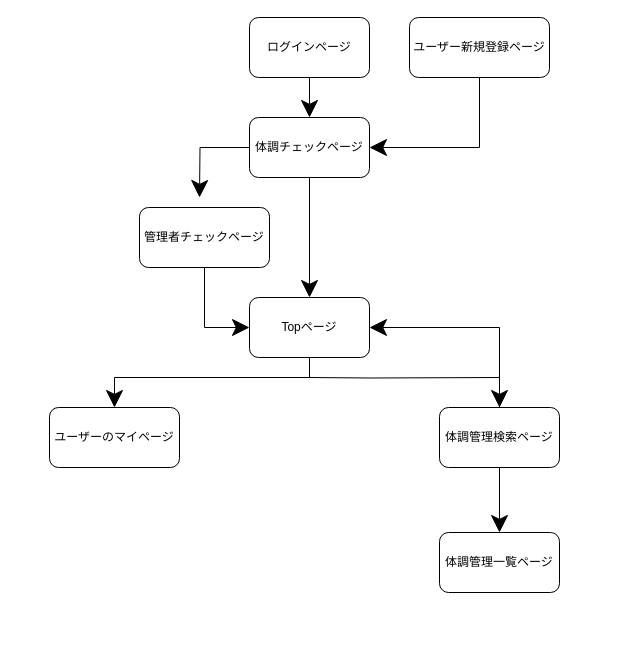
Before: screen_transition_diagram.dio in airi32490/health-check, a draw.io diagram. Source tidied: cells renumbered, new cells numbered last; positions are measured from the earlier drawing's top-left corner, leaving out a move shared by most shapes. Both pictures are drawn from the tidied source at 100%, with x=0, y=0 at pixel (49, 17).
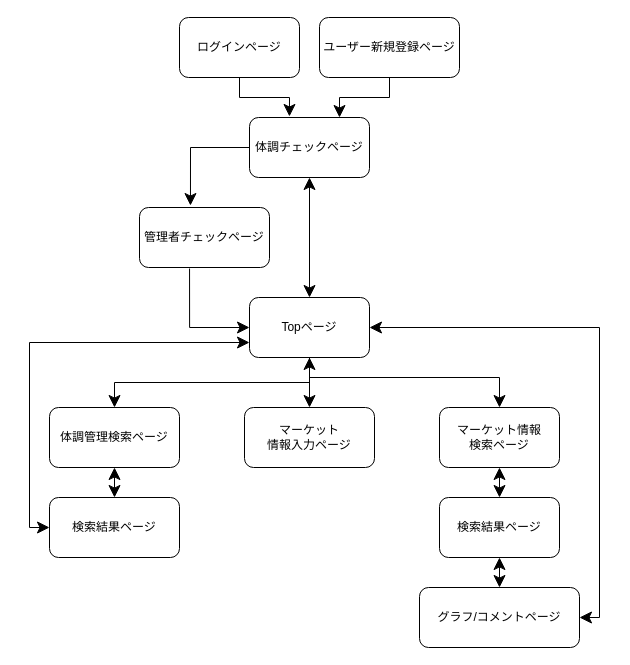
Above is the later version.

Commit message (it also covers changes not shown here):
画面遷移図の編集

The change refers to these unchanged cells:
```xml
<mxCell id="5" value="Topページ" style="rounded=1;whiteSpace=wrap;html=1;" parent="1" vertex="1">
  <mxGeometry x="200" y="280" width="120" height="60" as="geometry" />
</mxCell>
<mxCell id="10" value="体調チェックページ" style="rounded=1;whiteSpace=wrap;html=1;" parent="1" vertex="1">
  <mxGeometry x="200" y="100" width="120" height="60" as="geometry" />
</mxCell>
<mxCell id="12" value="管理者チェックページ" style="rounded=1;whiteSpace=wrap;html=1;" parent="1" vertex="1">
  <mxGeometry x="90" y="190" width="130" height="60" as="geometry" />
</mxCell>
```

Diff of the diagram source:
```diff
@@
-    <mxCell id="2" style="edgeStyle=orthogonalEdgeStyle;rounded=0;jettySize=auto;html=1;exitX=0.5;exitY=1;exitDx=0;exitDy=0;entryX=0.5;entryY=0;entryDx=0;entryDy=0;endSize=15;" parent="1" edge="1" source="5" target="15">
+    <mxCell id="2" style="edgeStyle=orthogonalEdgeStyle;rounded=0;jettySize=auto;html=1;exitX=0.5;exitY=1;exitDx=0;exitDy=0;entryX=0.5;entryY=0;entryDx=0;entryDy=0;endSize=10;" parent="1" edge="1" source="5" target="15">
       <mxGeometry relative="1" as="geometry" />
     </mxCell>
-    <mxCell id="3" style="edgeStyle=orthogonalEdgeStyle;rounded=0;jettySize=auto;html=1;entryX=0.5;entryY=0;entryDx=0;entryDy=0;endSize=15;startArrow=classic;startFill=1;startSize=15;" parent="1" edge="1" source="5" target="13">
-      <mxGeometry relative="1" as="geometry" />
-    </mxCell>
-    <mxCell id="4" style="edgeStyle=orthogonalEdgeStyle;rounded=0;jettySize=auto;html=1;endSize=15;" parent="1" edge="1" target="14">
+    <mxCell id="4" style="edgeStyle=orthogonalEdgeStyle;rounded=0;jettySize=auto;html=1;endSize=10;" parent="1" edge="1" target="14">
       <mxGeometry relative="1" as="geometry">
         <mxPoint x="260" y="360" as="sourcePoint" />
+        <Array as="points">
+          <mxPoint x="450" y="360" />
+        </Array>
       </mxGeometry>
     </mxCell>
@@
-    <mxCell id="6" style="edgeStyle=orthogonalEdgeStyle;rounded=0;jettySize=auto;html=1;entryX=0.5;entryY=0;entryDx=0;entryDy=0;endSize=15;" parent="1" edge="1" source="7" target="10">
+    <mxCell id="6" style="edgeStyle=orthogonalEdgeStyle;rounded=0;jettySize=auto;html=1;entryX=0.333;entryY=-0.017;entryDx=0;entryDy=0;endSize=10;entryPerimeter=0;" parent="1" edge="1" source="7" target="10">
       <mxGeometry relative="1" as="geometry" />
     </mxCell>
     <mxCell id="7" value="ログインページ" style="rounded=1;whiteSpace=wrap;html=1;" parent="1" vertex="1">
-      <mxGeometry x="200" width="120" height="60" as="geometry" />
+      <mxGeometry x="130" width="120" height="60" as="geometry" />
     </mxCell>
-    <mxCell id="8" style="edgeStyle=orthogonalEdgeStyle;rounded=0;jettySize=auto;html=1;entryX=0.5;entryY=0;entryDx=0;entryDy=0;endSize=15;" parent="1" edge="1" source="10" target="5">
+    <mxCell id="8" style="edgeStyle=orthogonalEdgeStyle;rounded=0;jettySize=auto;html=1;entryX=0.5;entryY=0;entryDx=0;entryDy=0;endSize=10;startArrow=classic;startFill=1;startSize=10;" parent="1" edge="1" source="10" target="5">
       <mxGeometry relative="1" as="geometry" />
     </mxCell>
-    <mxCell id="9" style="edgeStyle=orthogonalEdgeStyle;rounded=0;jettySize=auto;html=1;endSize=15;" parent="1" edge="1" source="10">
-      <mxGeometry relative="1" as="geometry">
-        <mxPoint x="150" y="180" as="targetPoint" />
-      </mxGeometry>
-    </mxCell>
+    <mxCell id="18" style="edgeStyle=orthogonalEdgeStyle;rounded=0;jettySize=auto;html=1;exitX=0;exitY=0.5;exitDx=0;exitDy=0;entryX=0.392;entryY=-0.033;entryDx=0;entryDy=0;entryPerimeter=0;startArrow=none;startFill=0;startSize=10;endSize=10;" parent="1" edge="1" source="10" target="12">
+      <mxGeometry relative="1" as="geometry" />
+    </mxCell>
@@
-    <mxCell id="11" style="edgeStyle=orthogonalEdgeStyle;rounded=0;jettySize=auto;html=1;entryX=0;entryY=0.5;entryDx=0;entryDy=0;endSize=15;" parent="1" edge="1" source="12" target="5">
+    <mxCell id="11" style="edgeStyle=orthogonalEdgeStyle;rounded=0;jettySize=auto;html=1;entryX=0;entryY=0.5;entryDx=0;entryDy=0;endSize=10;exitX=0.385;exitY=1.017;exitDx=0;exitDy=0;exitPerimeter=0;" parent="1" edge="1" source="12" target="5">
       <mxGeometry relative="1" as="geometry" />
     </mxCell>
@@
+    <mxCell id="19" style="edgeStyle=orthogonalEdgeStyle;rounded=0;jettySize=auto;html=1;entryX=0.5;entryY=1;entryDx=0;entryDy=0;startArrow=classic;startFill=1;startSize=10;endSize=10;" parent="1" edge="1" source="13" target="14">
+      <mxGeometry relative="1" as="geometry" />
+    </mxCell>
+    <mxCell id="20" style="edgeStyle=orthogonalEdgeStyle;rounded=0;jettySize=auto;html=1;exitX=0.5;exitY=1;exitDx=0;exitDy=0;entryX=0.5;entryY=0;entryDx=0;entryDy=0;startArrow=classic;startFill=1;startSize=10;endSize=10;" parent="1" edge="1" source="13" target="27">
+      <mxGeometry relative="1" as="geometry" />
+    </mxCell>
-    <mxCell id="13" value="体調管理一覧ページ" style="rounded=1;whiteSpace=wrap;html=1;" parent="1" vertex="1">
-      <mxGeometry x="390" y="515" width="120" height="60" as="geometry" />
+    <mxCell id="13" value="検索結果ページ" style="rounded=1;whiteSpace=wrap;html=1;" parent="1" vertex="1">
+      <mxGeometry x="390" y="480" width="120" height="60" as="geometry" />
     </mxCell>
-    <mxCell id="14" value="体調管理検索ページ" style="rounded=1;whiteSpace=wrap;html=1;" parent="1" vertex="1">
+    <mxCell id="14" value="マーケット情報&lt;br&gt;検索ページ" style="rounded=1;whiteSpace=wrap;html=1;" parent="1" vertex="1">
       <mxGeometry x="390" y="390" width="120" height="60" as="geometry" />
     </mxCell>
+    <mxCell id="21" style="edgeStyle=orthogonalEdgeStyle;rounded=0;jettySize=auto;html=1;exitX=0.5;exitY=1;exitDx=0;exitDy=0;entryX=0.5;entryY=0;entryDx=0;entryDy=0;startArrow=classic;startFill=1;startSize=10;endSize=10;" parent="1" edge="1" source="15" target="25">
+      <mxGeometry relative="1" as="geometry" />
+    </mxCell>
-    <mxCell id="15" value="ユーザーのマイページ" style="rounded=1;whiteSpace=wrap;html=1;" parent="1" vertex="1">
+    <mxCell id="15" value="体調管理検索ページ" style="rounded=1;whiteSpace=wrap;html=1;" parent="1" vertex="1">
       <mxGeometry y="390" width="130" height="60" as="geometry" />
     </mxCell>
-    <mxCell id="16" style="edgeStyle=orthogonalEdgeStyle;rounded=0;jettySize=auto;html=1;entryX=1;entryY=0.5;entryDx=0;entryDy=0;endSize=15;" parent="1" edge="1" source="17" target="10">
+    <mxCell id="16" style="edgeStyle=orthogonalEdgeStyle;rounded=0;jettySize=auto;html=1;entryX=0.75;entryY=0;entryDx=0;entryDy=0;endSize=10;" parent="1" edge="1" source="17" target="10">
       <mxGeometry relative="1" as="geometry">
         <Array as="points">
-          <mxPoint x="430" y="130" />
+          <mxPoint x="340" y="80" />
+          <mxPoint x="290" y="80" />
         </Array>
       </mxGeometry>
     </mxCell>
     <mxCell id="17" value="ユーザー新規登録ページ" style="rounded=1;whiteSpace=wrap;html=1;" parent="1" vertex="1">
-      <mxGeometry x="360" width="140" height="60" as="geometry" />
+      <mxGeometry x="270" width="140" height="60" as="geometry" />
     </mxCell>
+    <mxCell id="22" style="edgeStyle=orthogonalEdgeStyle;rounded=0;jettySize=auto;html=1;exitX=0.5;exitY=0;exitDx=0;exitDy=0;startArrow=classic;startFill=1;startSize=10;endSize=10;" parent="1" edge="1" source="23">
+      <mxGeometry relative="1" as="geometry">
+        <mxPoint x="260" y="340" as="targetPoint" />
+      </mxGeometry>
+    </mxCell>
+    <mxCell id="23" value="マーケット&lt;br&gt;情報入力ページ" style="rounded=1;whiteSpace=wrap;html=1;" parent="1" vertex="1">
+      <mxGeometry x="195" y="390" width="130" height="60" as="geometry" />
+    </mxCell>
+    <mxCell id="24" style="edgeStyle=orthogonalEdgeStyle;rounded=0;jettySize=auto;html=1;exitX=0;exitY=0.5;exitDx=0;exitDy=0;entryX=0;entryY=0.75;entryDx=0;entryDy=0;startArrow=classic;startFill=1;startSize=10;endSize=10;" parent="1" edge="1" source="25" target="5">
+      <mxGeometry relative="1" as="geometry" />
+    </mxCell>
+    <mxCell id="25" value="検索結果ページ" style="rounded=1;whiteSpace=wrap;html=1;" parent="1" vertex="1">
+      <mxGeometry y="480" width="130" height="60" as="geometry" />
+    </mxCell>
+    <mxCell id="26" style="edgeStyle=orthogonalEdgeStyle;rounded=0;jettySize=auto;html=1;exitX=1;exitY=0.5;exitDx=0;exitDy=0;entryX=1;entryY=0.5;entryDx=0;entryDy=0;startArrow=classic;startFill=1;startSize=10;endSize=10;" parent="1" edge="1" source="27" target="5">
+      <mxGeometry relative="1" as="geometry" />
+    </mxCell>
+    <mxCell id="27" value="グラフ/コメントページ" style="rounded=1;whiteSpace=wrap;html=1;" parent="1" vertex="1">
+      <mxGeometry x="370" y="570" width="160" height="60" as="geometry" />
+    </mxCell>
```
